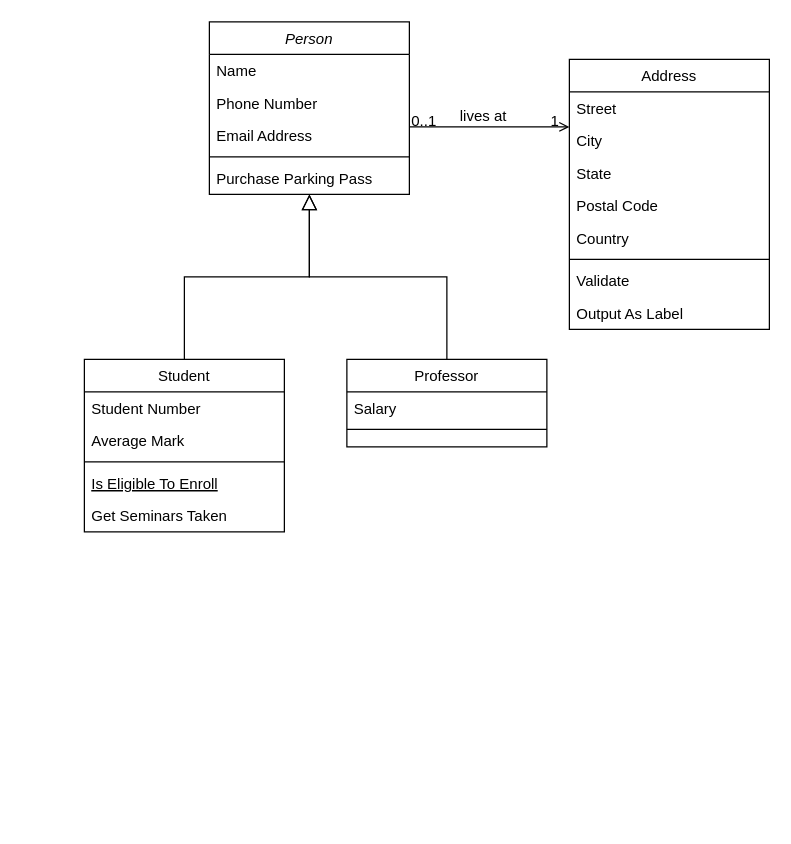
Before: page "DQN" (1 of 2) of classdiagram.drawio in juhongyee/2048, a draw.io diagram. Source tidied: cells renumbered, new cells numbered last; positions are measured from the earlier drawing's top-left corner, leaving out a move shared by most shapes. Both pictures are drawn from the tidied source at 125%, with x=0, y=0 at pixel (84, 21).
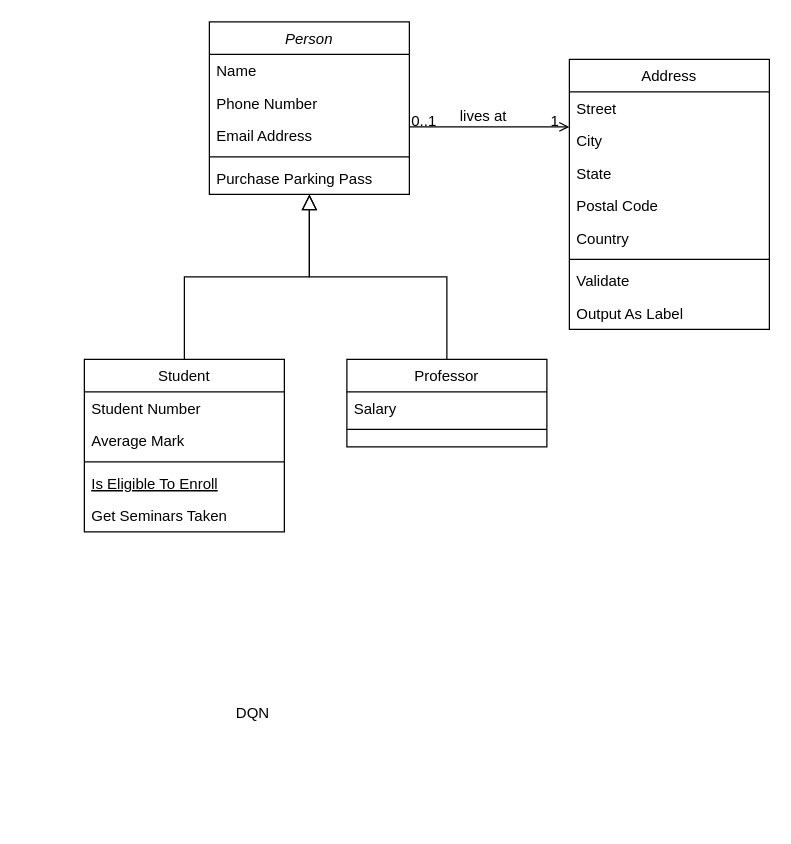
The same diagram, later.

Change to the diagram source:
```diff
@@
+    <mxCell id="32" value="DQN&lt;br&gt;" style="text;html=1;strokeColor=none;fillColor=none;align=center;verticalAlign=middle;whiteSpace=wrap;rounded=0;" parent="1" vertex="1">
+      <mxGeometry x="-50" y="465" width="370" height="175" as="geometry" />
+    </mxCell>
```
